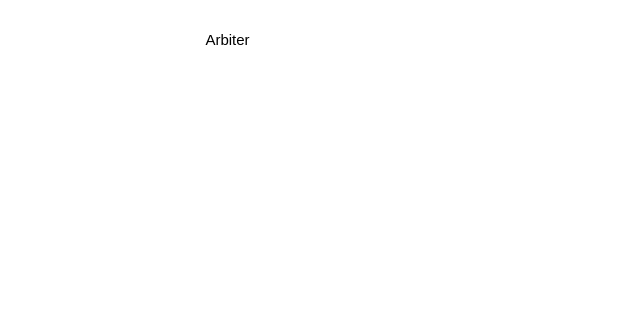
Earlier version of the draw.io diagram diagrams/backend.drawio (tymoteusz-merito-80350/merito.quiz). Source tidied: cells renumbered, new cells numbered last; positions are measured from the earlier drawing's top-left corner, leaving out a move shared by most shapes. Both pictures are drawn from the tidied source at 125%, with x=0, y=0 at pixel (152, 21).
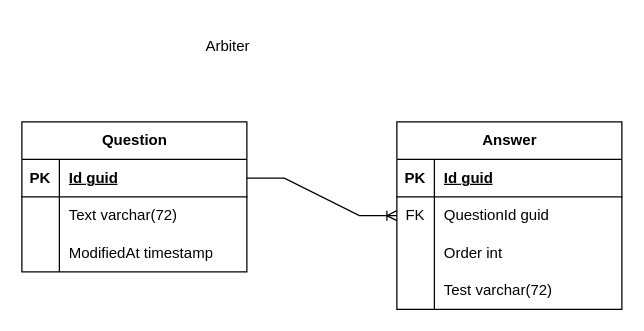
The same diagram, later.

What changed in the source:
```diff
@@
     <mxCell id="2" value="Arbiter" style="text;html=1;align=center;verticalAlign=middle;whiteSpace=wrap;rounded=0;" parent="1" vertex="1">
-      <mxGeometry width="120" height="30" as="geometry" />
+      <mxGeometry width="120" height="40" as="geometry" />
     </mxCell>
+    <mxCell id="3" value="Question" style="shape=table;startSize=30;childLayout=tableLayout;rowLines=0;fontStyle=1;align=center;html=1;" parent="1" vertex="1">
+      <mxGeometry x="-105" y="80" width="180" height="120" as="geometry" />
+    </mxCell>
+    <mxCell id="4" style="shape=tableRow;horizontal=0;startSize=0;swimlaneHead=0;swimlaneBody=0;fillColor=none;points=[[0,0.5],[1,0.5]];portConstraint=eastwest;top=0;left=0;right=0;bottom=1;" parent="3" vertex="1">
+      <mxGeometry y="30" width="180" height="30" as="geometry" />
+    </mxCell>
+    <mxCell id="5" value="PK" style="shape=partialRectangle;fillColor=none;top=0;left=0;bottom=0;right=0;fontStyle=1;overflow=hidden;whiteSpace=wrap;html=1;" parent="4" vertex="1">
+      <mxGeometry width="30" height="30" as="geometry" />
+    </mxCell>
+    <mxCell id="6" value="Id guid" style="shape=partialRectangle;fillColor=none;top=0;left=0;bottom=0;right=0;align=left;spacingLeft=6;fontStyle=5;overflow=hidden;whiteSpace=wrap;html=1;" parent="4" vertex="1">
+      <mxGeometry x="30" width="150" height="30" as="geometry" />
+    </mxCell>
+    <mxCell id="7" style="shape=tableRow;horizontal=0;startSize=0;swimlaneHead=0;swimlaneBody=0;fillColor=none;top=0;left=0;right=0;bottom=0;" parent="3" vertex="1">
+      <mxGeometry y="60" width="180" height="30" as="geometry" />
+    </mxCell>
+    <mxCell id="8" style="shape=partialRectangle;fillColor=none;top=0;left=0;bottom=0;right=0;overflow=hidden;whiteSpace=wrap;html=1;" parent="7" vertex="1">
+      <mxGeometry width="30" height="30" as="geometry" />
+    </mxCell>
+    <mxCell id="9" value="Text varchar(72)" style="shape=partialRectangle;fillColor=none;top=0;left=0;bottom=0;right=0;align=left;spacingLeft=6;overflow=hidden;whiteSpace=wrap;html=1;" parent="7" vertex="1">
+      <mxGeometry x="30" width="150" height="30" as="geometry" />
+    </mxCell>
+    <mxCell id="10" style="shape=tableRow;horizontal=0;startSize=0;swimlaneHead=0;swimlaneBody=0;fillColor=none;top=0;left=0;right=0;bottom=0;" parent="3" vertex="1">
+      <mxGeometry y="90" width="180" height="30" as="geometry" />
+    </mxCell>
+    <mxCell id="11" style="shape=partialRectangle;fillColor=none;top=0;left=0;bottom=0;right=0;overflow=hidden;whiteSpace=wrap;html=1;" parent="10" vertex="1">
+      <mxGeometry width="30" height="30" as="geometry" />
+    </mxCell>
+    <mxCell id="12" value="ModifiedAt&amp;nbsp;timestamp" style="shape=partialRectangle;fillColor=none;top=0;left=0;bottom=0;right=0;align=left;spacingLeft=6;overflow=hidden;whiteSpace=wrap;html=1;" parent="10" vertex="1">
+      <mxGeometry x="30" width="150" height="30" as="geometry" />
+    </mxCell>
+    <mxCell id="13" value="Answer" style="shape=table;startSize=30;childLayout=tableLayout;rowLines=0;fontStyle=1;align=center;html=1;" parent="1" vertex="1">
+      <mxGeometry x="195" y="80" width="180" height="150" as="geometry" />
+    </mxCell>
+    <mxCell id="14" style="shape=tableRow;horizontal=0;startSize=0;swimlaneHead=0;swimlaneBody=0;fillColor=none;top=0;left=0;right=0;bottom=1;" parent="13" vertex="1">
+      <mxGeometry y="30" width="180" height="30" as="geometry" />
+    </mxCell>
+    <mxCell id="15" value="PK" style="shape=partialRectangle;fillColor=none;top=0;left=0;bottom=0;right=0;fontStyle=1;overflow=hidden;whiteSpace=wrap;html=1;" parent="14" vertex="1">
+      <mxGeometry width="30" height="30" as="geometry" />
+    </mxCell>
+    <mxCell id="16" value="Id guid" style="shape=partialRectangle;fillColor=none;top=0;left=0;bottom=0;right=0;align=left;spacingLeft=6;fontStyle=5;overflow=hidden;whiteSpace=wrap;html=1;" parent="14" vertex="1">
+      <mxGeometry x="30" width="150" height="30" as="geometry" />
+    </mxCell>
+    <mxCell id="17" style="shape=tableRow;horizontal=0;startSize=0;swimlaneHead=0;swimlaneBody=0;fillColor=none;points=[[0,0.5],[1,0.5]];portConstraint=eastwest;top=0;left=0;right=0;bottom=0;" parent="13" vertex="1">
+      <mxGeometry y="60" width="180" height="30" as="geometry" />
+    </mxCell>
+    <mxCell id="18" value="FK" style="shape=partialRectangle;fillColor=none;top=0;left=0;bottom=0;right=0;overflow=hidden;whiteSpace=wrap;html=1;" parent="17" vertex="1">
+      <mxGeometry width="30" height="30" as="geometry" />
+    </mxCell>
+    <mxCell id="19" value="QuestionId guid" style="shape=partialRectangle;fillColor=none;top=0;left=0;bottom=0;right=0;align=left;spacingLeft=6;overflow=hidden;whiteSpace=wrap;html=1;" parent="17" vertex="1">
+      <mxGeometry x="30" width="150" height="30" as="geometry" />
+    </mxCell>
+    <mxCell id="20" style="shape=tableRow;horizontal=0;startSize=0;swimlaneHead=0;swimlaneBody=0;fillColor=none;top=0;left=0;right=0;bottom=0;" parent="13" vertex="1">
+      <mxGeometry y="90" width="180" height="30" as="geometry" />
+    </mxCell>
+    <mxCell id="21" style="shape=partialRectangle;fillColor=none;top=0;left=0;bottom=0;right=0;overflow=hidden;whiteSpace=wrap;html=1;" parent="20" vertex="1">
+      <mxGeometry width="30" height="30" as="geometry" />
+    </mxCell>
+    <mxCell id="22" value="Order int" style="shape=partialRectangle;fillColor=none;top=0;left=0;bottom=0;right=0;align=left;spacingLeft=6;overflow=hidden;whiteSpace=wrap;html=1;" parent="20" vertex="1">
+      <mxGeometry x="30" width="150" height="30" as="geometry" />
+    </mxCell>
+    <mxCell id="23" style="shape=tableRow;horizontal=0;startSize=0;swimlaneHead=0;swimlaneBody=0;fillColor=none;top=0;left=0;right=0;bottom=0;" parent="13" vertex="1">
+      <mxGeometry y="120" width="180" height="30" as="geometry" />
+    </mxCell>
+    <mxCell id="24" style="shape=partialRectangle;fillColor=none;top=0;left=0;bottom=0;right=0;overflow=hidden;whiteSpace=wrap;html=1;" parent="23" vertex="1">
+      <mxGeometry width="30" height="30" as="geometry" />
+    </mxCell>
+    <mxCell id="25" value="Test varchar(72)" style="shape=partialRectangle;fillColor=none;top=0;left=0;bottom=0;right=0;align=left;spacingLeft=6;overflow=hidden;whiteSpace=wrap;html=1;" parent="23" vertex="1">
+      <mxGeometry x="30" width="150" height="30" as="geometry" />
+    </mxCell>
+    <mxCell id="26" style="edgeStyle=entityRelationEdgeStyle;fontSize=12;html=1;endArrow=ERoneToMany;rounded=0;exitX=1;exitY=0.5;exitDx=0;exitDy=0;entryX=0;entryY=0.5;entryDx=0;entryDy=0;" parent="1" edge="1" source="4" target="17">
+      <mxGeometry relative="1" as="geometry" />
+    </mxCell>
```
